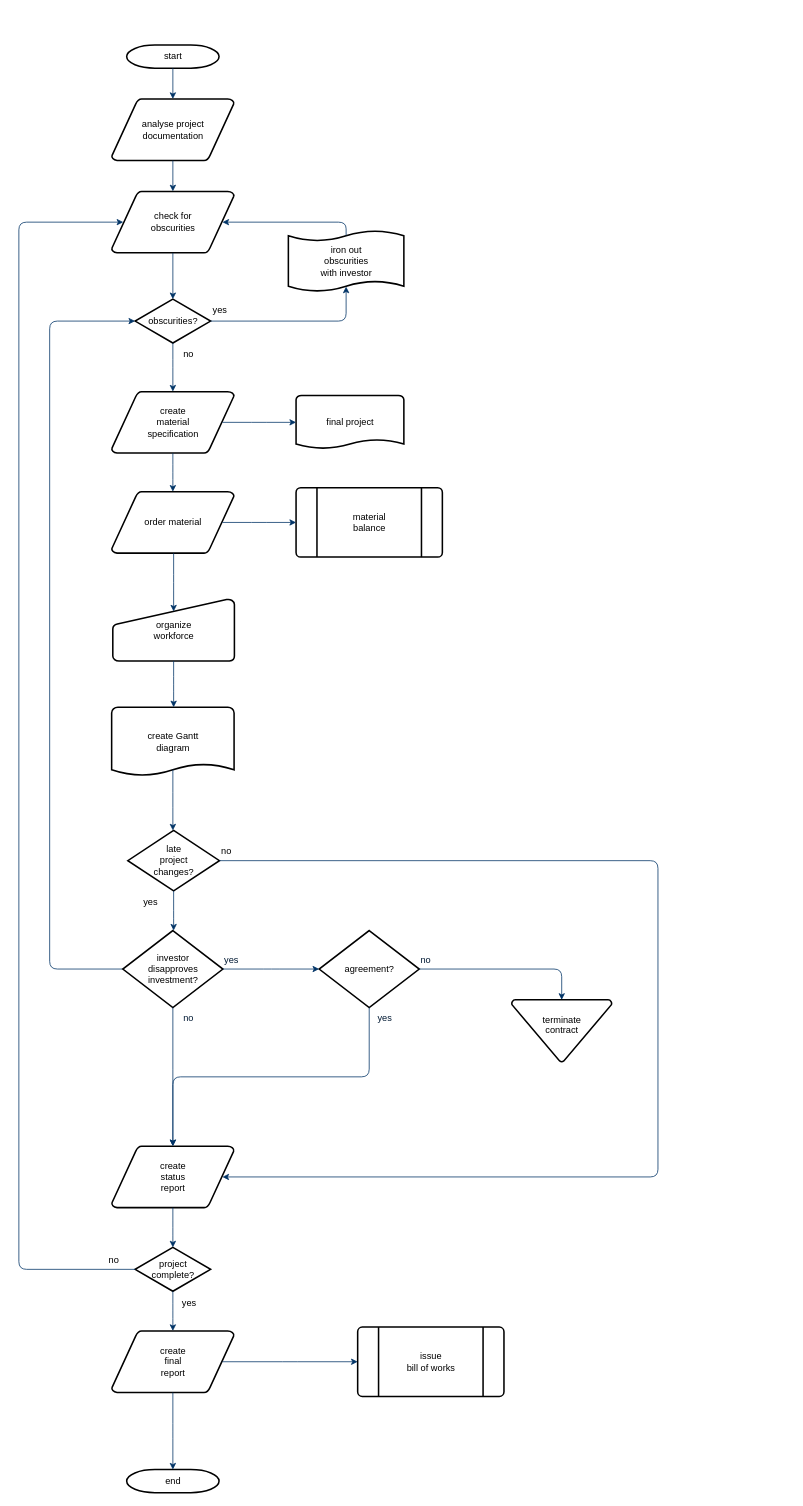
Above: src/com/book/util/uploadContract.drawio in fanrendale/Thread-Study (draw.io), before the change. Source tidied: cells renumbered, new cells numbered last; positions are measured from the earlier drawing's top-left corner, leaving out a move shared by most shapes. Both pictures are drawn from the tidied source at 77%, with x=0, y=0 at pixel (18, 45).
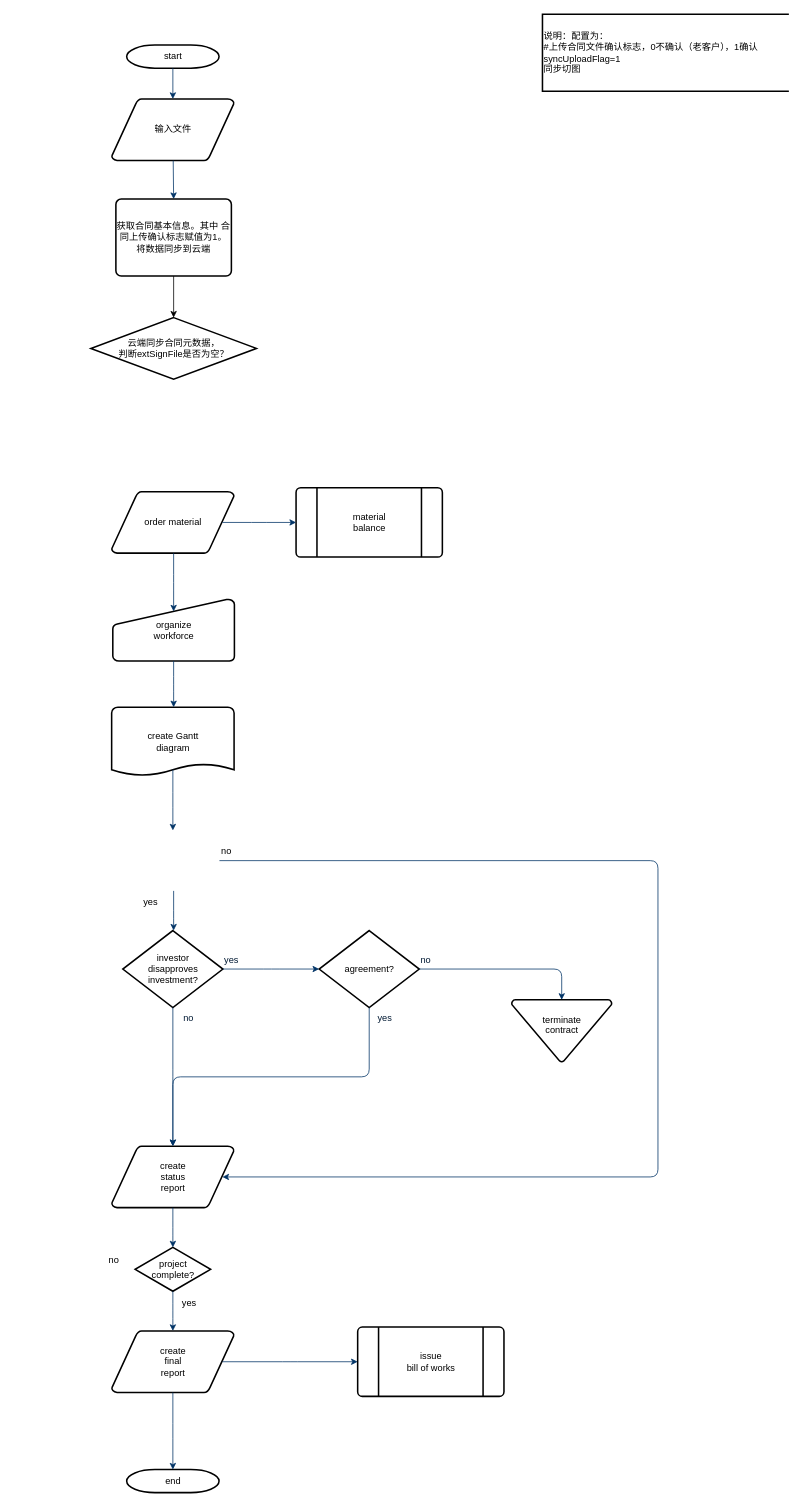
After the change.

Unchanged cells that the change refers to:
```xml
<mxCell id="13" value="order material" style="shape=mxgraph.flowchart.data;strokeWidth=2;gradientColor=none;gradientDirection=north;fontStyle=0;html=1;" parent="1" vertex="1">
  <mxGeometry x="120.5" y="580" width="159" height="80" as="geometry" />
</mxCell>
<mxCell id="22" value="create Gantt&#10;diagram" style="shape=mxgraph.flowchart.document;strokeWidth=2;gradientColor=none;gradientDirection=north;fontStyle=0;html=1;" parent="1" vertex="1">
  <mxGeometry x="120.5" y="860" width="159" height="90" as="geometry" />
</mxCell>
<mxCell id="28" value="investor&#10;disapproves&#10; investment?" style="shape=mxgraph.flowchart.decision;strokeWidth=2;gradientColor=none;gradientDirection=north;fontStyle=0;html=1;" parent="1" vertex="1">
  <mxGeometry x="135" y="1150" width="130" height="100" as="geometry" />
</mxCell>
<mxCell id="34" value="create&#10;status&#10;report" style="shape=mxgraph.flowchart.data;strokeWidth=2;gradientColor=none;gradientDirection=north;fontStyle=0;html=1;" parent="1" vertex="1">
  <mxGeometry x="120.5" y="1430" width="159" height="80" as="geometry" />
</mxCell>
<mxCell id="37" value="project&#10;complete?" style="shape=mxgraph.flowchart.decision;strokeWidth=2;gradientColor=none;gradientDirection=north;fontStyle=0;html=1;" parent="1" vertex="1">
  <mxGeometry x="151" y="1561.5" width="98" height="57" as="geometry" />
</mxCell>
```

The edit, as a diff of the source:
```diff
@@
-    <mxCell id="3" value="analyse project&#10; documentation" style="shape=mxgraph.flowchart.data;strokeWidth=2;gradientColor=none;gradientDirection=north;fontStyle=0;html=1;" parent="1" vertex="1">
+    <mxCell id="3" value="输入文件" style="shape=mxgraph.flowchart.data;strokeWidth=2;gradientColor=none;gradientDirection=north;fontStyle=0;html=1;" parent="1" vertex="1">
       <mxGeometry x="120.5" y="70" width="159" height="80" as="geometry" />
     </mxCell>
-    <mxCell id="4" value="create&#10;material&#10;specification" style="shape=mxgraph.flowchart.data;strokeWidth=2;gradientColor=none;gradientDirection=north;fontStyle=0;html=1;" parent="1" vertex="1">
-      <mxGeometry x="120.5" y="450" width="159" height="80" as="geometry" />
-    </mxCell>
-    <mxCell id="5" value="check for&#10;obscurities" style="shape=mxgraph.flowchart.data;strokeWidth=2;gradientColor=none;gradientDirection=north;fontStyle=0;html=1;" parent="1" vertex="1">
-      <mxGeometry x="120.5" y="190" width="159" height="80" as="geometry" />
-    </mxCell>
-    <mxCell id="6" value="obscurities?" style="shape=mxgraph.flowchart.decision;strokeWidth=2;gradientColor=none;gradientDirection=north;fontStyle=0;html=1;" parent="1" vertex="1">
-      <mxGeometry x="151" y="330" width="98" height="57" as="geometry" />
-    </mxCell>
@@
-    <mxCell id="8" style="fontStyle=1;strokeColor=#003366;strokeWidth=1;html=1;" parent="1" edge="1" source="3" target="5">
+    <mxCell id="8" style="fontStyle=1;strokeColor=#003366;strokeWidth=1;html=1;entryX=0.5;entryY=0;entryDx=0;entryDy=0;" parent="1" edge="1" source="3" target="58">
       <mxGeometry relative="1" as="geometry" />
     </mxCell>
-    <mxCell id="9" style="entryX=0.5;entryY=0;entryPerimeter=0;fontStyle=1;strokeColor=#003366;strokeWidth=1;html=1;" parent="1" edge="1" source="5" target="6">
-      <mxGeometry relative="1" as="geometry" />
-    </mxCell>
-    <mxCell id="10" style="edgeStyle=elbowEdgeStyle;elbow=horizontal;entryX=0.5;entryY=0.91;entryPerimeter=0;exitX=1;exitY=0.5;exitPerimeter=0;fontStyle=1;strokeColor=#003366;strokeWidth=1;html=1;" parent="1" edge="1" source="6" target="51">
-      <mxGeometry x="381" y="28.5" as="geometry">
-        <Array as="points">
-          <mxPoint x="425" y="340" />
-        </Array>
-      </mxGeometry>
-    </mxCell>
-    <mxCell id="11" value="yes" style="text;fontStyle=0;html=1;strokeColor=none;gradientColor=none;fillColor=none;strokeWidth=2;" parent="1" vertex="1">
-      <mxGeometry x="250" y="330" width="40" height="26" as="geometry" />
-    </mxCell>
-    <mxCell id="12" style="edgeStyle=elbowEdgeStyle;elbow=horizontal;fontColor=#001933;fontStyle=1;strokeColor=#003366;strokeWidth=1;html=1;" parent="1" edge="1" source="6" target="4">
-      <mxGeometry as="geometry" />
-    </mxCell>
@@
-    <mxCell id="14" value="no" style="text;fontStyle=0;html=1;strokeColor=none;gradientColor=none;fillColor=none;strokeWidth=2;align=center;" parent="1" vertex="1">
-      <mxGeometry x="200" y="387" width="40" height="26" as="geometry" />
-    </mxCell>
-    <mxCell id="15" value="final project" style="shape=mxgraph.flowchart.document;strokeWidth=2;gradientColor=none;gradientDirection=north;fontStyle=0;html=1;" parent="1" vertex="1">
-      <mxGeometry x="360" y="455" width="140" height="70" as="geometry" />
-    </mxCell>
-    <mxCell id="16" style="edgeStyle=elbowEdgeStyle;elbow=horizontal;exitX=0.905;exitY=0.5;exitPerimeter=0;fontStyle=1;strokeColor=#003366;strokeWidth=1;html=1;" parent="1" edge="1" source="4" target="15">
-      <mxGeometry as="geometry" />
-    </mxCell>
-    <mxCell id="17" style="edgeStyle=elbowEdgeStyle;elbow=horizontal;fontStyle=1;strokeColor=#003366;strokeWidth=1;html=1;" parent="1" edge="1" source="4" target="13">
-      <mxGeometry as="geometry" />
-    </mxCell>
@@
-    <mxCell id="24" value="late&#10;project&#10;changes?" style="shape=mxgraph.flowchart.decision;strokeWidth=2;gradientColor=none;gradientDirection=north;fontStyle=0;html=1;" parent="1" vertex="1">
-      <mxGeometry x="141.5" y="1020" width="119" height="78.5" as="geometry" />
-    </mxCell>
-    <mxCell id="25" style="edgeStyle=elbowEdgeStyle;elbow=horizontal;exitX=0.5;exitY=0.9;exitPerimeter=0;fontStyle=1;strokeColor=#003366;strokeWidth=1;html=1;" parent="1" edge="1" source="22" target="24">
-      <mxGeometry as="geometry" />
+    <mxCell id="25" style="edgeStyle=elbowEdgeStyle;elbow=horizontal;exitX=0.5;exitY=0.9;exitPerimeter=0;fontStyle=1;strokeColor=#003366;strokeWidth=1;html=1;" parent="1" edge="1" source="22">
+      <mxGeometry as="geometry">
+        <mxPoint x="200" y="1020" as="targetPoint" />
+      </mxGeometry>
     </mxCell>
-    <mxCell id="26" style="edgeStyle=elbowEdgeStyle;elbow=horizontal;exitX=0;exitY=0.5;exitPerimeter=0;entryX=0;entryY=0.5;entryPerimeter=0;fontStyle=1;strokeColor=#003366;strokeWidth=1;html=1;" parent="1" edge="1" source="28" target="6">
-      <mxGeometry as="geometry">
-        <Array as="points">
-          <mxPoint x="40" y="790" />
-        </Array>
-      </mxGeometry>
-    </mxCell>
@@
-    <mxCell id="30" style="edgeStyle=elbowEdgeStyle;elbow=horizontal;exitX=0.5;exitY=1;exitPerimeter=0;fontStyle=1;strokeColor=#003366;strokeWidth=1;html=1;" parent="1" edge="1" source="24" target="28">
-      <mxGeometry as="geometry" />
+    <mxCell id="30" style="edgeStyle=elbowEdgeStyle;elbow=horizontal;exitX=0.5;exitY=1;exitPerimeter=0;fontStyle=1;strokeColor=#003366;strokeWidth=1;html=1;" parent="1" edge="1" target="28">
+      <mxGeometry as="geometry">
+        <mxPoint x="201" y="1098.5" as="sourcePoint" />
+      </mxGeometry>
     </mxCell>
@@
-    <mxCell id="45" style="edgeStyle=elbowEdgeStyle;elbow=horizontal;exitX=1;exitY=0.5;exitPerimeter=0;entryX=0.905;entryY=0.5;entryPerimeter=0;fontStyle=1;strokeColor=#003366;strokeWidth=1;html=1;" parent="1" edge="1" source="24" target="34">
+    <mxCell id="45" style="edgeStyle=elbowEdgeStyle;elbow=horizontal;exitX=1;exitY=0.5;exitPerimeter=0;entryX=0.905;entryY=0.5;entryPerimeter=0;fontStyle=1;strokeColor=#003366;strokeWidth=1;html=1;" parent="1" edge="1" target="34">
       <mxGeometry as="geometry">
+        <mxPoint x="260.5" y="1059.2" as="sourcePoint" />
         <Array as="points">
           <mxPoint x="830" y="1260" />
         </Array>
       </mxGeometry>
     </mxCell>
@@
-    <mxCell id="51" value="iron out&#10;obscurities &#10;with investor" style="shape=mxgraph.flowchart.paper_tape;strokeWidth=2;gradientColor=none;gradientDirection=north;fontStyle=0;html=1;" parent="1" vertex="1">
-      <mxGeometry x="350" y="240" width="150" height="81" as="geometry" />
-    </mxCell>
-    <mxCell id="52" style="edgeStyle=elbowEdgeStyle;elbow=horizontal;exitX=0.5;exitY=0.09;exitPerimeter=0;entryX=0.905;entryY=0.5;entryPerimeter=0;fontStyle=1;strokeColor=#003366;strokeWidth=1;html=1;" parent="1" edge="1" source="51" target="5">
-      <mxGeometry as="geometry">
-        <Array as="points">
-          <mxPoint x="425" y="240" />
-        </Array>
-      </mxGeometry>
-    </mxCell>
@@
-    <mxCell id="54" style="edgeStyle=elbowEdgeStyle;elbow=horizontal;exitX=0;exitY=0.5;exitPerimeter=0;entryX=0.095;entryY=0.5;entryPerimeter=0;fontStyle=1;strokeColor=#003366;strokeWidth=1;html=1;" parent="1" edge="1" source="37" target="5">
-      <mxGeometry as="geometry">
-        <Array as="points">
-          <mxPoint y="910" />
-        </Array>
-      </mxGeometry>
-    </mxCell>
@@
+    <mxCell id="56" value="说明：配置为：&lt;br&gt;#上传合同文件确认标志，0不确认（老客户），1确认&lt;br&gt;syncUploadFlag=1&lt;br&gt;同步切图" style="strokeWidth=2;html=1;shape=mxgraph.flowchart.annotation_1;align=left;" parent="1" vertex="1">
+      <mxGeometry x="680" y="-40" width="320" height="100" as="geometry" />
+    </mxCell>
+    <mxCell id="57" style="edgeStyle=orthogonalEdgeStyle;rounded=0;jettySize=auto;html=1;exitX=0.5;exitY=1;exitDx=0;exitDy=0;entryX=0.5;entryY=0;entryDx=0;entryDy=0;entryPerimeter=0;" parent="1" edge="1" source="58" target="59">
+      <mxGeometry relative="1" as="geometry" />
+    </mxCell>
+    <mxCell id="58" value="获取合同基本信息。其中 合同上传确认标志赋值为1。将数据同步到云端" style="rounded=1;whiteSpace=wrap;html=1;absoluteArcSize=1;arcSize=14;strokeWidth=2;" parent="1" vertex="1">
+      <mxGeometry x="126" y="200" width="150" height="100" as="geometry" />
+    </mxCell>
+    <mxCell id="59" value="云端同步合同元数据，&lt;br&gt;判断extSignFile是否为空？" style="shape=mxgraph.flowchart.decision;strokeWidth=2;gradientColor=none;gradientDirection=north;fontStyle=0;html=1;" parent="1" vertex="1">
+      <mxGeometry x="93.5" y="354" width="215" height="80" as="geometry" />
+    </mxCell>
```
